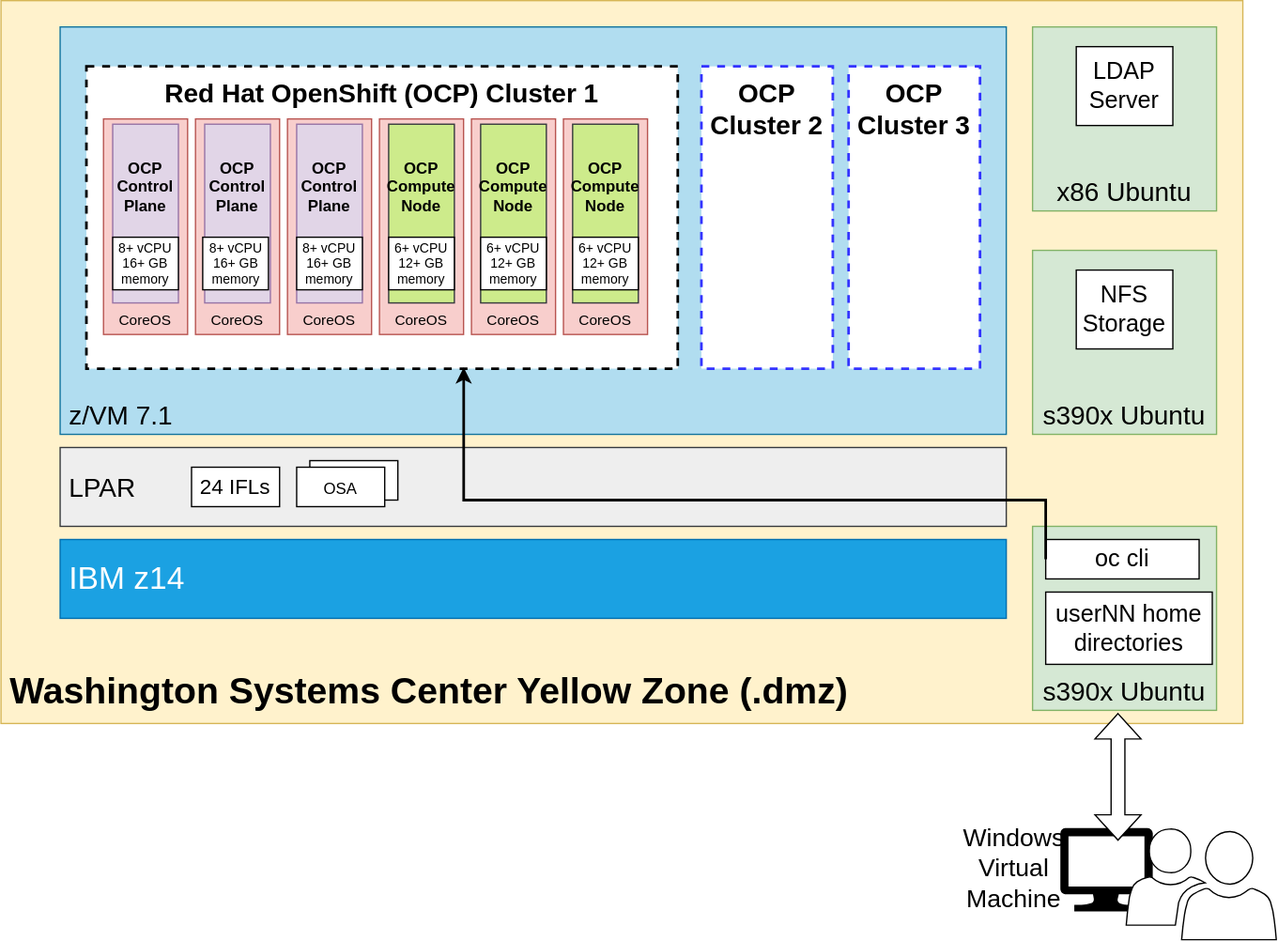
Above: docs/ocpz-workshop-arch.drawio.svg in mmondics/ocp-z-workshop (draw.io), before the change. Source tidied: cells renumbered, new cells last; positions are measured from the earlier drawing's top-left corner, leaving out a move shared by most shapes.
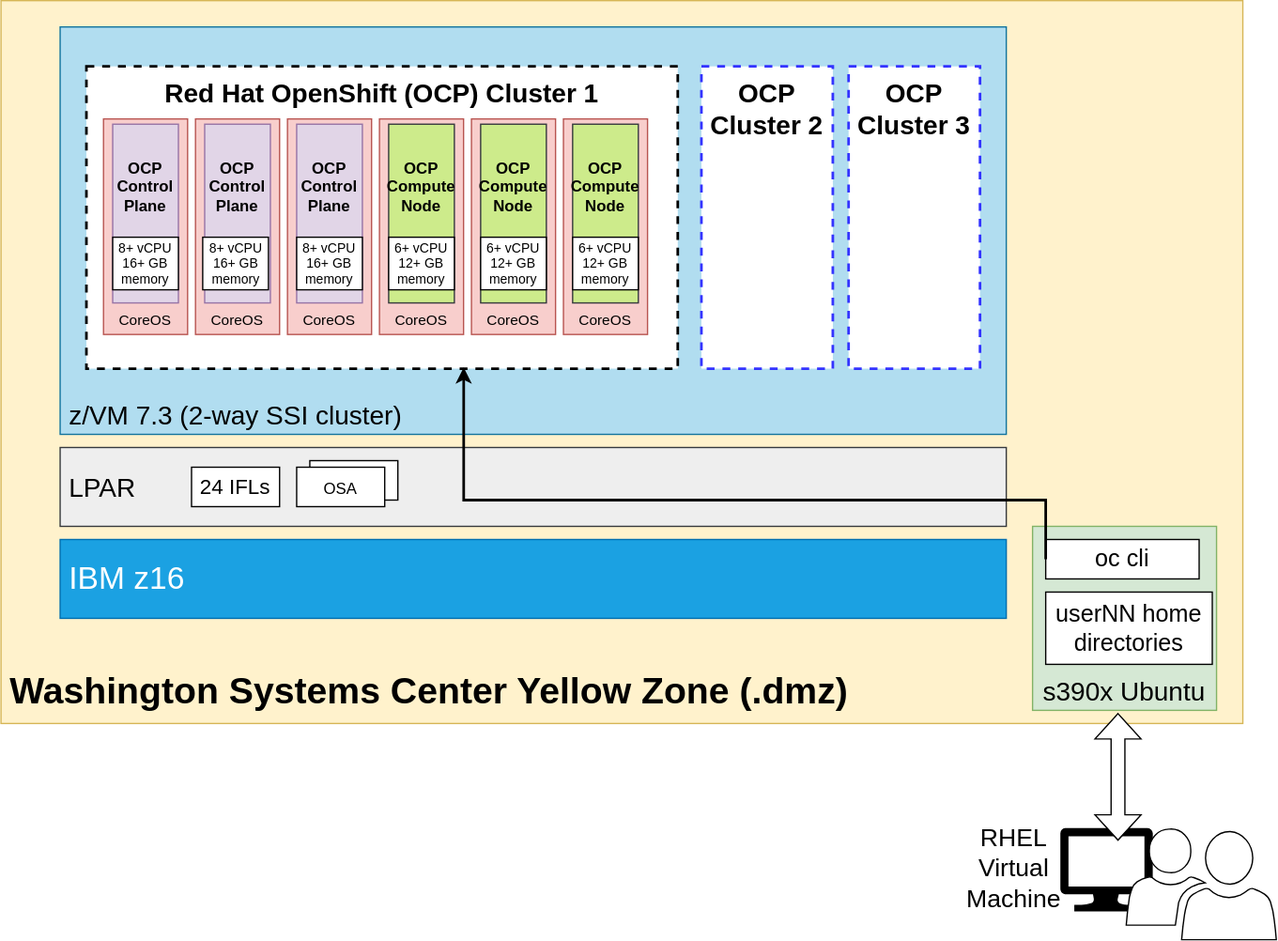
The same file after the commit.

Commit message:
updates for Oct 3 workshop

Diff of the diagram source:
```diff
@@ -8,13 +8,13 @@
     <mxCell id="3" style="sketch=0;shadow=0;dashed=0;html=1;labelPosition=center;verticalLabelPosition=bottom;verticalAlign=top;align=center;shape=mxgraph.azure.computer;labelBackgroundColor=none;fontSize=16;strokeColor=#000000;fillColor=#000000;" parent="1" vertex="1">
       <mxGeometry x="806.6" y="630" width="69.4" height="62.5" as="geometry" />
     </mxCell>
-    <mxCell id="4" value="&lt;font style=&quot;font-size: 20px&quot;&gt;z/VM 7.1&lt;/font&gt;" style="rounded=0;whiteSpace=wrap;html=1;align=left;fillColor=#b1ddf0;strokeColor=#10739e;fontStyle=0;verticalAlign=bottom;spacingLeft=5;" parent="1" vertex="1">
+    <mxCell id="4" value="&lt;font style=&quot;font-size: 20px&quot;&gt;z/VM 7.3 (2-way SSI cluster)&lt;/font&gt;" style="rounded=0;whiteSpace=wrap;html=1;align=left;fillColor=#b1ddf0;strokeColor=#10739e;fontStyle=0;verticalAlign=bottom;spacingLeft=5;" parent="1" vertex="1">
       <mxGeometry x="45" y="20" width="720" height="310" as="geometry" />
     </mxCell>
     <mxCell id="5" value="Red Hat OpenShift (OCP) Cluster 1" style="rounded=0;whiteSpace=wrap;html=1;labelBackgroundColor=none;fontSize=20;align=center;dashed=1;strokeColor=#000000;verticalAlign=top;fontStyle=1;strokeWidth=2;spacing=4;" parent="1" vertex="1">
       <mxGeometry x="65" y="50" width="450" height="230" as="geometry" />
     </mxCell>
-    <mxCell id="6" value="&lt;div align=&quot;left&quot;&gt;&lt;font style=&quot;font-size: 24px&quot;&gt;IBM z14&lt;/font&gt;&lt;br&gt;&lt;/div&gt;" style="rounded=0;whiteSpace=wrap;html=1;align=left;fillColor=#1ba1e2;strokeColor=#006EAF;fontColor=#ffffff;spacingLeft=5;" parent="1" vertex="1">
+    <mxCell id="6" value="&lt;div align=&quot;left&quot;&gt;&lt;font style=&quot;font-size: 24px&quot;&gt;IBM z16&lt;/font&gt;&lt;br&gt;&lt;/div&gt;" style="rounded=0;whiteSpace=wrap;html=1;align=left;fillColor=#1ba1e2;strokeColor=#006EAF;fontColor=#ffffff;spacingLeft=5;" parent="1" vertex="1">
       <mxGeometry x="45" y="410" width="720" height="60" as="geometry" />
     </mxCell>
     <mxCell id="7" value="&lt;font style=&quot;font-size: 20px&quot;&gt;LPAR&lt;/font&gt;" style="rounded=0;whiteSpace=wrap;html=1;align=left;fillColor=#eeeeee;strokeColor=#36393d;spacingLeft=5;" parent="1" vertex="1">
@@ -68,24 +68,12 @@
     <mxCell id="23" style="sketch=0;shadow=0;dashed=0;html=1;labelPosition=center;verticalLabelPosition=bottom;verticalAlign=top;align=center;shape=mxgraph.mscae.intune.user_group;labelBackgroundColor=none;fontSize=16;" parent="1" vertex="1">
       <mxGeometry x="856.3" y="630" width="114.2" height="84.5" as="geometry" />
     </mxCell>
-    <mxCell id="24" value="Windows Virtual Machine" style="text;html=1;strokeColor=none;fillColor=none;align=center;verticalAlign=middle;whiteSpace=wrap;rounded=0;labelBackgroundColor=none;fontSize=19;" parent="1" vertex="1">
+    <mxCell id="24" value="RHEL Virtual Machine" style="text;html=1;strokeColor=none;fillColor=none;align=center;verticalAlign=middle;whiteSpace=wrap;rounded=0;labelBackgroundColor=none;fontSize=19;" parent="1" vertex="1">
       <mxGeometry x="746.3" y="646.2" width="50" height="30" as="geometry" />
     </mxCell>
     <mxCell id="25" style="shape=doubleArrow;whiteSpace=wrap;html=1;labelBackgroundColor=none;fontSize=28;strokeWidth=1;align=left;verticalAlign=bottom;rotation=90;" parent="1" vertex="1">
       <mxGeometry x="801.9" y="573.1" width="96.2" height="35" as="geometry" />
     </mxCell>
-    <mxCell id="26" value="&lt;div&gt;s390x Ubuntu&lt;/div&gt;" style="rounded=0;whiteSpace=wrap;html=1;labelBackgroundColor=none;fontSize=20;strokeColor=#82b366;strokeWidth=1;align=center;verticalAlign=bottom;fillColor=#d5e8d4;" parent="1" vertex="1">
-      <mxGeometry x="785" y="190" width="140" height="140" as="geometry" />
-    </mxCell>
-    <mxCell id="27" value="&lt;font style=&quot;font-size: 18px&quot;&gt;NFS Storage&lt;font style=&quot;font-size: 18px&quot;&gt;&lt;br&gt;&lt;/font&gt;&lt;/font&gt;" style="rounded=0;whiteSpace=wrap;html=1;labelBackgroundColor=none;fontSize=12;strokeWidth=1;align=center;verticalAlign=middle;" parent="1" vertex="1">
-      <mxGeometry x="818.2" y="205" width="73.5" height="60" as="geometry" />
-    </mxCell>
-    <mxCell id="28" value="&lt;div&gt;x86 Ubuntu&lt;/div&gt;" style="rounded=0;whiteSpace=wrap;html=1;labelBackgroundColor=none;fontSize=20;strokeColor=#82b366;strokeWidth=1;align=center;verticalAlign=bottom;fillColor=#d5e8d4;" parent="1" vertex="1">
-      <mxGeometry x="785" y="20" width="140" height="140" as="geometry" />
-    </mxCell>
-    <mxCell id="29" value="&lt;font style=&quot;font-size: 18px&quot;&gt;LDAP Server&lt;font style=&quot;font-size: 18px&quot;&gt;&lt;font style=&quot;font-size: 18px&quot;&gt;&lt;br&gt;&lt;/font&gt;&lt;/font&gt;&lt;/font&gt;" style="rounded=0;whiteSpace=wrap;html=1;labelBackgroundColor=none;fontSize=12;strokeWidth=1;align=center;verticalAlign=middle;" parent="1" vertex="1">
-      <mxGeometry x="818.2" y="35" width="73.5" height="60" as="geometry" />
-    </mxCell>
     <mxCell id="30" value="&lt;div&gt;s390x Ubuntu&lt;/div&gt;" style="rounded=0;whiteSpace=wrap;html=1;labelBackgroundColor=none;fontSize=20;strokeColor=#82b366;strokeWidth=1;align=center;verticalAlign=bottom;fillColor=#d5e8d4;" parent="1" vertex="1">
       <mxGeometry x="785" y="400" width="140" height="140" as="geometry" />
     </mxCell>
```
